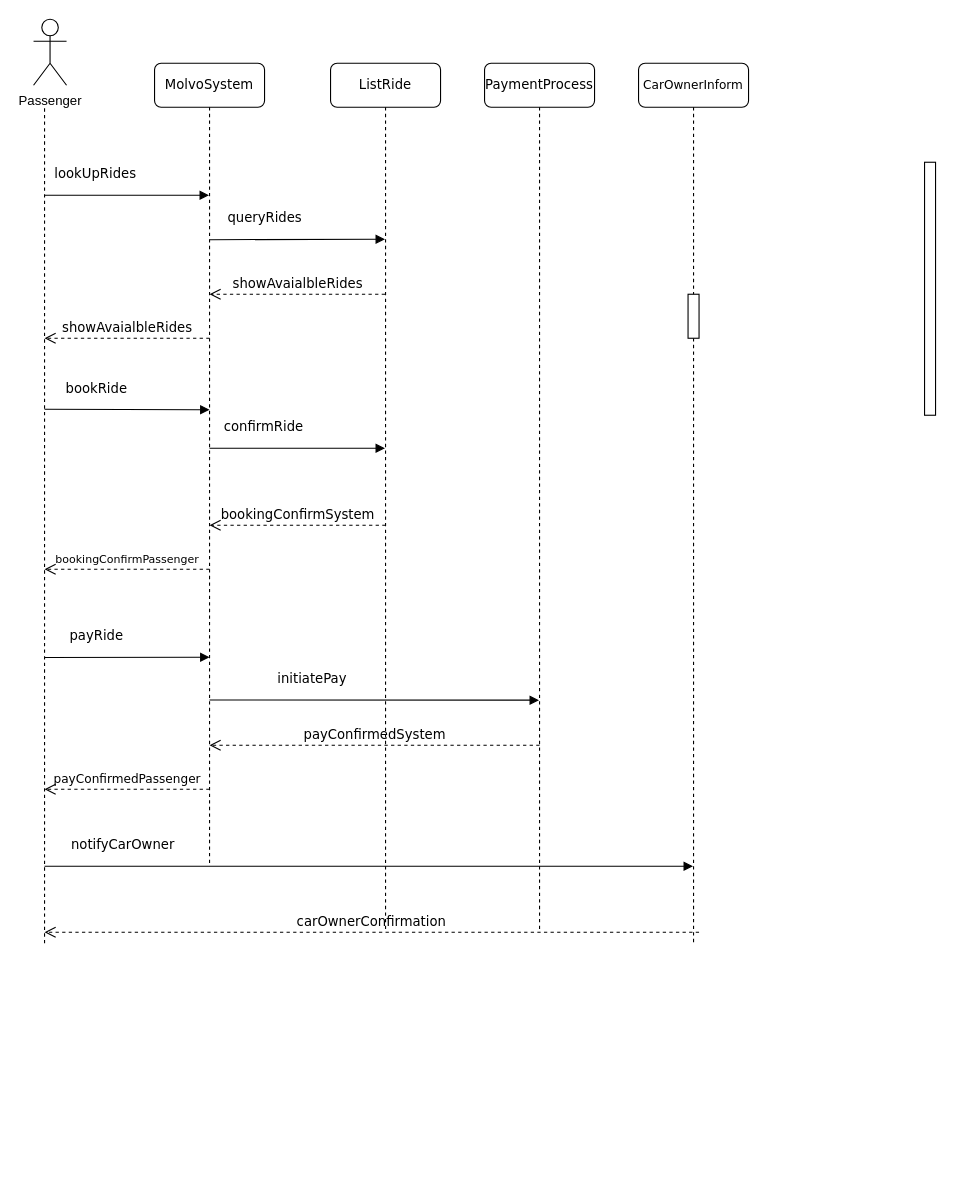
Before: Untitled Diagram.drawio in Cluster321/TDDC88, a draw.io diagram. Source tidied: cells renumbered, new cells numbered last; positions are measured from the earlier drawing's top-left corner, leaving out a move shared by most shapes. Both pictures are drawn from the tidied source at 110%, with x=0, y=0 at pixel (33, 19).
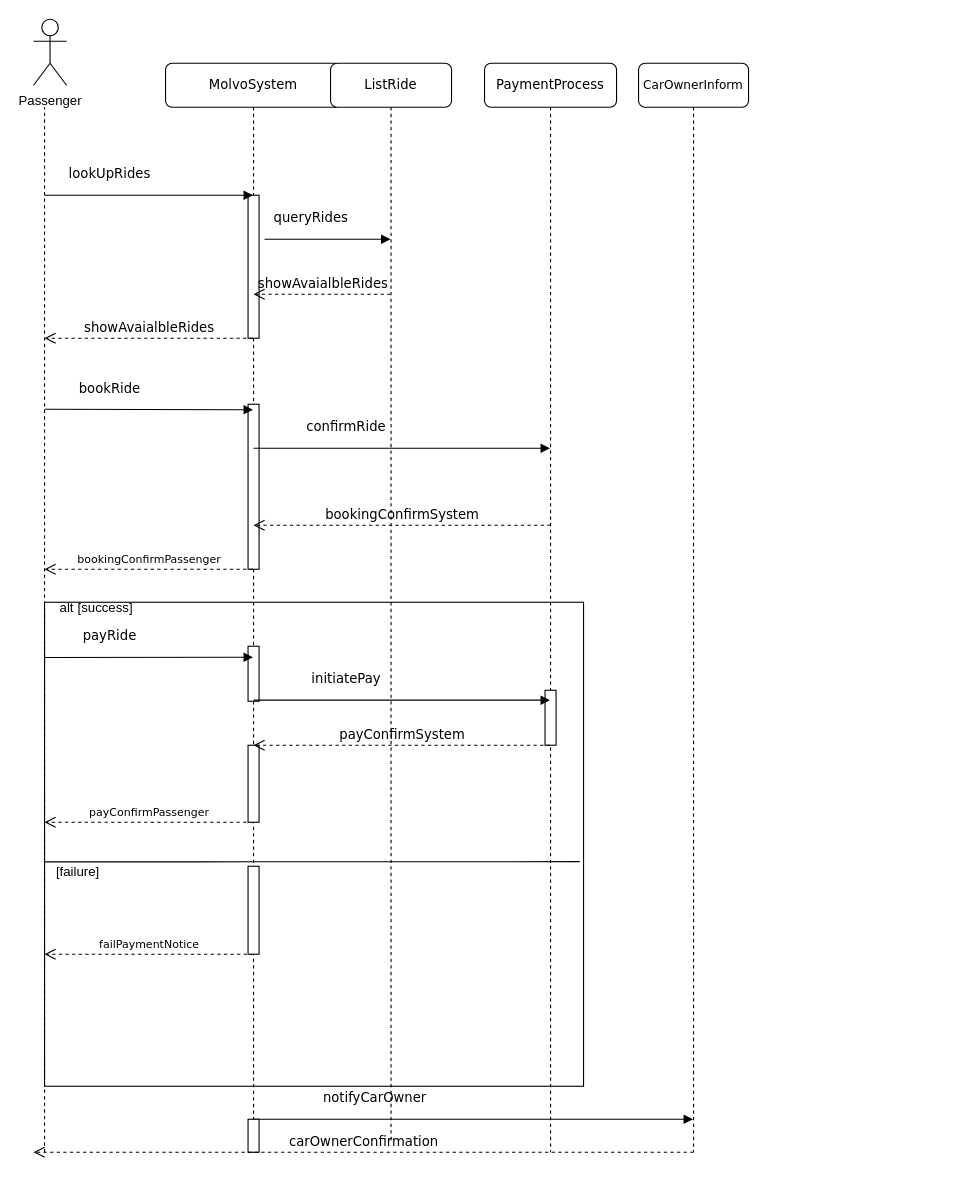
After the change.

Diff of the diagram source:
```diff
@@
+    <mxCell id="24" style="rounded=0;whiteSpace=wrap;html=1;fillColor=none;" parent="1" vertex="1">
+      <mxGeometry x="10" y="530" width="490" height="440" as="geometry" />
+    </mxCell>
     <mxCell id="2" value="MolvoSystem" style="shape=umlLifeline;perimeter=lifelinePerimeter;whiteSpace=wrap;html=1;outlineConnect=0;rounded=1;shadow=0;comic=0;labelBackgroundColor=none;strokeWidth=1;fontFamily=Verdana;fontSize=12;align=center;" parent="1" vertex="1">
-      <mxGeometry x="110" y="40" width="100" height="730" as="geometry" />
+      <mxGeometry x="120" y="40" width="160" height="990" as="geometry" />
     </mxCell>
+    <mxCell id="25" value="&lt;font style=&quot;font-size: 10px;&quot;&gt;payConfirmPassenger&lt;/font&gt;" style="html=1;verticalAlign=bottom;endArrow=open;dashed=1;endSize=8;labelBackgroundColor=none;fontFamily=Verdana;fontSize=12;edgeStyle=elbowEdgeStyle;elbow=horizontal;" parent="2" edge="1" source="2">
+      <mxGeometry relative="1" as="geometry">
+        <mxPoint x="-110" y="690" as="targetPoint" />
+        <Array as="points">
+          <mxPoint x="-35" y="690" />
+          <mxPoint x="-5" y="690" />
+        </Array>
+      </mxGeometry>
+    </mxCell>
+    <mxCell id="26" value="&lt;font style=&quot;font-size: 10px;&quot;&gt;failPaymentNotice&lt;/font&gt;" style="html=1;verticalAlign=bottom;endArrow=open;dashed=1;endSize=8;labelBackgroundColor=none;fontFamily=Verdana;fontSize=12;edgeStyle=elbowEdgeStyle;elbow=horizontal;" parent="2" edge="1">
+      <mxGeometry relative="1" as="geometry">
+        <mxPoint x="80" y="810" as="sourcePoint" />
+        <mxPoint x="-110" y="810" as="targetPoint" />
+        <Array as="points">
+          <mxPoint x="-35" y="810" />
+          <mxPoint x="-5" y="810" />
+        </Array>
+      </mxGeometry>
+    </mxCell>
+    <mxCell id="27" style="html=1;perimeter=orthogonalPerimeter;rounded=0;shadow=0;comic=0;labelBackgroundColor=none;strokeWidth=1;fontFamily=Verdana;fontSize=12;align=center;" parent="2" vertex="1">
+      <mxGeometry x="75" y="120" width="10" height="130" as="geometry" />
+    </mxCell>
+    <mxCell id="28" style="html=1;perimeter=orthogonalPerimeter;rounded=0;shadow=0;comic=0;labelBackgroundColor=none;strokeWidth=1;fontFamily=Verdana;fontSize=12;align=center;" parent="2" vertex="1">
+      <mxGeometry x="75" y="310" width="10" height="150" as="geometry" />
+    </mxCell>
+    <mxCell id="29" style="html=1;perimeter=orthogonalPerimeter;rounded=0;shadow=0;comic=0;labelBackgroundColor=none;strokeWidth=1;fontFamily=Verdana;fontSize=12;align=center;" parent="2" vertex="1">
+      <mxGeometry x="75" y="530" width="10" height="50" as="geometry" />
+    </mxCell>
+    <mxCell id="30" style="html=1;perimeter=orthogonalPerimeter;rounded=0;shadow=0;comic=0;labelBackgroundColor=none;strokeWidth=1;fontFamily=Verdana;fontSize=12;align=center;" parent="2" vertex="1">
+      <mxGeometry x="75" y="620" width="10" height="70" as="geometry" />
+    </mxCell>
+    <mxCell id="22" value="notifyCarOwner" style="html=1;verticalAlign=bottom;endArrow=block;labelBackgroundColor=none;fontFamily=Verdana;fontSize=12;edgeStyle=elbowEdgeStyle;elbow=vertical;" parent="2" edge="1" target="6">
+      <mxGeometry x="-0.38" y="10" relative="1" as="geometry">
+        <mxPoint x="90" y="960" as="sourcePoint" />
+        <Array as="points">
+          <mxPoint x="75" y="960" />
+        </Array>
+      </mxGeometry>
+    </mxCell>
+    <mxCell id="31" style="html=1;perimeter=orthogonalPerimeter;rounded=0;shadow=0;comic=0;labelBackgroundColor=none;strokeWidth=1;fontFamily=Verdana;fontSize=12;align=center;" parent="2" vertex="1">
+      <mxGeometry x="75" y="960" width="10" height="30" as="geometry" />
+    </mxCell>
     <mxCell id="3" value="ListRide" style="shape=umlLifeline;perimeter=lifelinePerimeter;whiteSpace=wrap;html=1;outlineConnect=0;rounded=1;shadow=0;comic=0;labelBackgroundColor=none;strokeWidth=1;fontFamily=Verdana;fontSize=12;align=center;" parent="1" vertex="1">
-      <mxGeometry x="270" y="40" width="100" height="790" as="geometry" />
+      <mxGeometry x="270" y="40" width="110" height="980" as="geometry" />
     </mxCell>
-    <mxCell id="4" value="confirmRide" style="html=1;verticalAlign=bottom;endArrow=block;labelBackgroundColor=none;fontFamily=Verdana;fontSize=12;edgeStyle=elbowEdgeStyle;elbow=vertical;" parent="3" edge="1" target="3">
+    <mxCell id="4" value="confirmRide" style="html=1;verticalAlign=bottom;endArrow=block;labelBackgroundColor=none;fontFamily=Verdana;fontSize=12;edgeStyle=elbowEdgeStyle;elbow=vertical;" parent="3" edge="1" target="5">
       <mxGeometry x="-0.38" y="10" relative="1" as="geometry">
-        <mxPoint x="-110" y="350" as="sourcePoint" />
+        <mxPoint x="-70" y="350" as="sourcePoint" />
+        <Array as="points">
+          <mxPoint x="-70" y="350" />
+        </Array>
       </mxGeometry>
     </mxCell>
     <mxCell id="5" value="PaymentProcess" style="shape=umlLifeline;perimeter=lifelinePerimeter;whiteSpace=wrap;html=1;outlineConnect=0;rounded=1;shadow=0;comic=0;labelBackgroundColor=none;strokeWidth=1;fontFamily=Verdana;fontSize=12;align=center;" parent="1" vertex="1">
-      <mxGeometry x="410" y="40" width="100" height="790" as="geometry" />
+      <mxGeometry x="410" y="40" width="120" height="990" as="geometry" />
     </mxCell>
+    <mxCell id="32" style="html=1;perimeter=orthogonalPerimeter;rounded=0;shadow=0;comic=0;labelBackgroundColor=none;strokeWidth=1;fontFamily=Verdana;fontSize=12;align=center;" parent="5" vertex="1">
+      <mxGeometry x="55" y="570" width="10" height="50" as="geometry" />
+    </mxCell>
     <mxCell id="6" value="&lt;font style=&quot;font-size: 11px;&quot;&gt;CarOwnerInform&lt;/font&gt;" style="shape=umlLifeline;perimeter=lifelinePerimeter;whiteSpace=wrap;html=1;outlineConnect=0;rounded=1;shadow=0;comic=0;labelBackgroundColor=none;strokeWidth=1;fontFamily=Verdana;fontSize=12;align=center;" parent="1" vertex="1">
-      <mxGeometry x="550" y="40" width="100" height="800" as="geometry" />
+      <mxGeometry x="550" y="40" width="100" height="990" as="geometry" />
     </mxCell>
-    <mxCell id="7" style="html=1;perimeter=orthogonalPerimeter;rounded=0;shadow=0;comic=0;labelBackgroundColor=none;strokeWidth=1;fontFamily=Verdana;fontSize=12;align=center;" parent="1" vertex="1">
-      <mxGeometry x="595" y="250" width="10" height="40" as="geometry" />
-    </mxCell>
@@
     <mxCell id="9" value="showAvaialbleRides" style="html=1;verticalAlign=bottom;endArrow=open;dashed=1;endSize=8;labelBackgroundColor=none;fontFamily=Verdana;fontSize=12;edgeStyle=elbowEdgeStyle;elbow=horizontal;" parent="1" edge="1" source="3">
       <mxGeometry relative="1" as="geometry">
-        <mxPoint x="160" y="250" as="targetPoint" />
+        <mxPoint x="200" y="250" as="targetPoint" />
         <Array as="points">
           <mxPoint x="235" y="250" />
           <mxPoint x="265" y="250" />
         </Array>
       </mxGeometry>
     </mxCell>
-    <mxCell id="10" style="html=1;perimeter=orthogonalPerimeter;rounded=0;shadow=0;comic=0;labelBackgroundColor=none;strokeWidth=1;fontFamily=Verdana;fontSize=12;align=center;" parent="1" vertex="1">
-      <mxGeometry x="810" y="130" width="10" height="230" as="geometry" />
-    </mxCell>
@@
     <mxCell id="12" style="endArrow=none;dashed=1;html=1;rounded=0;" parent="1" edge="1">
       <mxGeometry relative="1" as="geometry">
-        <mxPoint x="10" y="840" as="sourcePoint" />
+        <mxPoint x="10" y="1030" as="sourcePoint" />
         <mxPoint x="10" y="80" as="targetPoint" />
       </mxGeometry>
     </mxCell>
     <mxCell id="13" value="queryRides" style="html=1;verticalAlign=bottom;endArrow=block;labelBackgroundColor=none;fontFamily=Verdana;fontSize=12;edgeStyle=elbowEdgeStyle;elbow=vertical;" parent="1" edge="1" target="3">
-      <mxGeometry x="-0.38" y="10" relative="1" as="geometry">
-        <mxPoint x="160" y="200.4" as="sourcePoint" />
+      <mxGeometry x="-0.26" y="10" relative="1" as="geometry">
+        <mxPoint x="210" y="200" as="sourcePoint" />
       </mxGeometry>
     </mxCell>
-    <mxCell id="14" value="showAvaialbleRides" style="html=1;verticalAlign=bottom;endArrow=open;dashed=1;endSize=8;labelBackgroundColor=none;fontFamily=Verdana;fontSize=12;edgeStyle=elbowEdgeStyle;elbow=horizontal;" parent="1" edge="1">
+    <mxCell id="14" value="showAvaialbleRides" style="html=1;verticalAlign=bottom;endArrow=open;dashed=1;endSize=8;labelBackgroundColor=none;fontFamily=Verdana;fontSize=12;edgeStyle=elbowEdgeStyle;elbow=horizontal;" parent="1" edge="1" source="2">
       <mxGeometry relative="1" as="geometry">
-        <mxPoint x="160" y="290" as="sourcePoint" />
         <mxPoint x="10" y="290" as="targetPoint" />
         <Array as="points">
           <mxPoint x="85" y="290" />
           <mxPoint x="115" y="290" />
         </Array>
       </mxGeometry>
     </mxCell>
-    <mxCell id="15" value="bookRide" style="html=1;verticalAlign=bottom;endArrow=block;labelBackgroundColor=none;fontFamily=Verdana;fontSize=12;edgeStyle=elbowEdgeStyle;elbow=vertical;" parent="1" edge="1">
+    <mxCell id="15" value="bookRide" style="html=1;verticalAlign=bottom;endArrow=block;labelBackgroundColor=none;fontFamily=Verdana;fontSize=12;edgeStyle=elbowEdgeStyle;elbow=vertical;" parent="1" edge="1" target="2">
       <mxGeometry x="-0.38" y="10" relative="1" as="geometry">
         <mxPoint x="10" y="354.5" as="sourcePoint" />
-        <mxPoint x="160" y="354.5" as="targetPoint" />
       </mxGeometry>
     </mxCell>
     <mxCell id="16" value="bookingConfirmSystem" style="html=1;verticalAlign=bottom;endArrow=open;dashed=1;endSize=8;labelBackgroundColor=none;fontFamily=Verdana;fontSize=12;edgeStyle=elbowEdgeStyle;elbow=horizontal;" parent="1" edge="1">
       <mxGeometry relative="1" as="geometry">
-        <mxPoint x="320" y="460" as="sourcePoint" />
-        <mxPoint x="160" y="460" as="targetPoint" />
-        <Array as="points">
-          <mxPoint x="235" y="460" />
-          <mxPoint x="265" y="460" />
-        </Array>
+        <mxPoint x="470" y="460" as="sourcePoint" />
+        <mxPoint x="200" y="460" as="targetPoint" />
       </mxGeometry>
     </mxCell>
-    <mxCell id="17" value="&lt;font style=&quot;font-size: 10px;&quot;&gt;bookingConfirmPassenger&lt;/font&gt;" style="html=1;verticalAlign=bottom;endArrow=open;dashed=1;endSize=8;labelBackgroundColor=none;fontFamily=Verdana;fontSize=12;edgeStyle=elbowEdgeStyle;elbow=horizontal;" parent="1" edge="1">
+    <mxCell id="17" value="&lt;font style=&quot;font-size: 10px;&quot;&gt;bookingConfirmPassenger&lt;/font&gt;" style="html=1;verticalAlign=bottom;endArrow=open;dashed=1;endSize=8;labelBackgroundColor=none;fontFamily=Verdana;fontSize=12;edgeStyle=elbowEdgeStyle;elbow=horizontal;" parent="1" edge="1" source="2">
       <mxGeometry relative="1" as="geometry">
-        <mxPoint x="160" y="500" as="sourcePoint" />
         <mxPoint x="10" y="500" as="targetPoint" />
         <Array as="points">
           <mxPoint x="85" y="500" />
           <mxPoint x="115" y="500" />
         </Array>
       </mxGeometry>
     </mxCell>
-    <mxCell id="18" value="payRide" style="html=1;verticalAlign=bottom;endArrow=block;labelBackgroundColor=none;fontFamily=Verdana;fontSize=12;edgeStyle=elbowEdgeStyle;elbow=vertical;" parent="1" edge="1">
+    <mxCell id="18" value="payRide" style="html=1;verticalAlign=bottom;endArrow=block;labelBackgroundColor=none;fontFamily=Verdana;fontSize=12;edgeStyle=elbowEdgeStyle;elbow=vertical;" parent="1" edge="1" target="2">
       <mxGeometry x="-0.38" y="10" relative="1" as="geometry">
         <mxPoint x="10" y="580.2" as="sourcePoint" />
-        <mxPoint x="160" y="580.2" as="targetPoint" />
       </mxGeometry>
     </mxCell>
     <mxCell id="19" value="initiatePay" style="html=1;verticalAlign=bottom;endArrow=block;labelBackgroundColor=none;fontFamily=Verdana;fontSize=12;edgeStyle=elbowEdgeStyle;elbow=vertical;" parent="1" edge="1" target="5">
       <mxGeometry x="-0.38" y="10" relative="1" as="geometry">
-        <mxPoint x="160" y="618.8" as="sourcePoint" />
+        <mxPoint x="200" y="619" as="sourcePoint" />
+        <Array as="points">
+          <mxPoint x="200" y="619" />
+        </Array>
       </mxGeometry>
     </mxCell>
-    <mxCell id="20" value="payConfirmedSystem" style="html=1;verticalAlign=bottom;endArrow=open;dashed=1;endSize=8;labelBackgroundColor=none;fontFamily=Verdana;fontSize=12;edgeStyle=elbowEdgeStyle;elbow=horizontal;" parent="1" edge="1">
+    <mxCell id="20" value="payConfirmSystem" style="html=1;verticalAlign=bottom;endArrow=open;dashed=1;endSize=8;labelBackgroundColor=none;fontFamily=Verdana;fontSize=12;edgeStyle=elbowEdgeStyle;elbow=horizontal;" parent="1" edge="1" source="5">
       <mxGeometry relative="1" as="geometry">
-        <mxPoint x="460" y="660" as="sourcePoint" />
-        <mxPoint x="160" y="660" as="targetPoint" />
+        <mxPoint x="200" y="660" as="targetPoint" />
         <Array as="points">
           <mxPoint x="375" y="660" />
           <mxPoint x="405" y="660" />
         </Array>
       </mxGeometry>
     </mxCell>
-    <mxCell id="21" value="&lt;font style=&quot;font-size: 11px;&quot;&gt;payConfirmedPassenger&lt;/font&gt;" style="html=1;verticalAlign=bottom;endArrow=open;dashed=1;endSize=8;labelBackgroundColor=none;fontFamily=Verdana;fontSize=12;edgeStyle=elbowEdgeStyle;elbow=horizontal;" parent="1" edge="1">
-      <mxGeometry relative="1" as="geometry">
-        <mxPoint x="160" y="700" as="sourcePoint" />
-        <mxPoint x="10" y="700" as="targetPoint" />
-      </mxGeometry>
-    </mxCell>
-    <mxCell id="22" value="notifyCarOwner" style="html=1;verticalAlign=bottom;endArrow=block;labelBackgroundColor=none;fontFamily=Verdana;fontSize=12;edgeStyle=elbowEdgeStyle;elbow=vertical;" parent="1" edge="1" target="6">
-      <mxGeometry x="-0.76" y="10" relative="1" as="geometry">
-        <mxPoint x="10" y="770" as="sourcePoint" />
-      </mxGeometry>
-    </mxCell>
     <mxCell id="23" value="carOwnerConfirmation" style="html=1;verticalAlign=bottom;endArrow=open;dashed=1;endSize=8;labelBackgroundColor=none;fontFamily=Verdana;fontSize=12;edgeStyle=elbowEdgeStyle;elbow=horizontal;" parent="1" edge="1">
       <mxGeometry relative="1" as="geometry">
-        <mxPoint x="605" y="830" as="sourcePoint" />
-        <mxPoint x="10" y="830" as="targetPoint" />
+        <mxPoint x="600" y="1030" as="sourcePoint" />
+        <mxPoint y="1030" as="targetPoint" />
         <Array as="points">
-          <mxPoint x="550" y="820" />
+          <mxPoint x="540" y="1040" />
         </Array>
       </mxGeometry>
     </mxCell>
+    <mxCell id="33" value="alt" style="text;html=1;align=center;verticalAlign=middle;strokeColor=none;fillColor=none;" parent="1" vertex="1">
+      <mxGeometry x="10" y="520" width="40" height="30" as="geometry" />
+    </mxCell>
+    <mxCell id="34" value="[success]" style="text;html=1;align=center;verticalAlign=middle;strokeColor=none;fillColor=none;" parent="1" vertex="1">
+      <mxGeometry x="30" y="520" width="70" height="30" as="geometry" />
+    </mxCell>
+    <mxCell id="35" style="endArrow=none;html=1;rounded=0;entryX=0.993;entryY=0.536;entryDx=0;entryDy=0;entryPerimeter=0;" parent="1" edge="1" target="24">
+      <mxGeometry relative="1" as="geometry">
+        <mxPoint x="10" y="766" as="sourcePoint" />
+        <Array as="points">
+          <mxPoint x="150" y="766" />
+        </Array>
+      </mxGeometry>
+    </mxCell>
+    <mxCell id="36" value="[failure]" style="text;html=1;align=center;verticalAlign=middle;strokeColor=none;fillColor=none;" parent="1" vertex="1">
+      <mxGeometry x="10" y="760" width="60" height="30" as="geometry" />
+    </mxCell>
+    <mxCell id="37" style="html=1;perimeter=orthogonalPerimeter;rounded=0;shadow=0;comic=0;labelBackgroundColor=none;strokeWidth=1;fontFamily=Verdana;fontSize=12;align=center;" parent="1" vertex="1">
+      <mxGeometry x="195" y="770" width="10" height="80" as="geometry" />
+    </mxCell>
```
